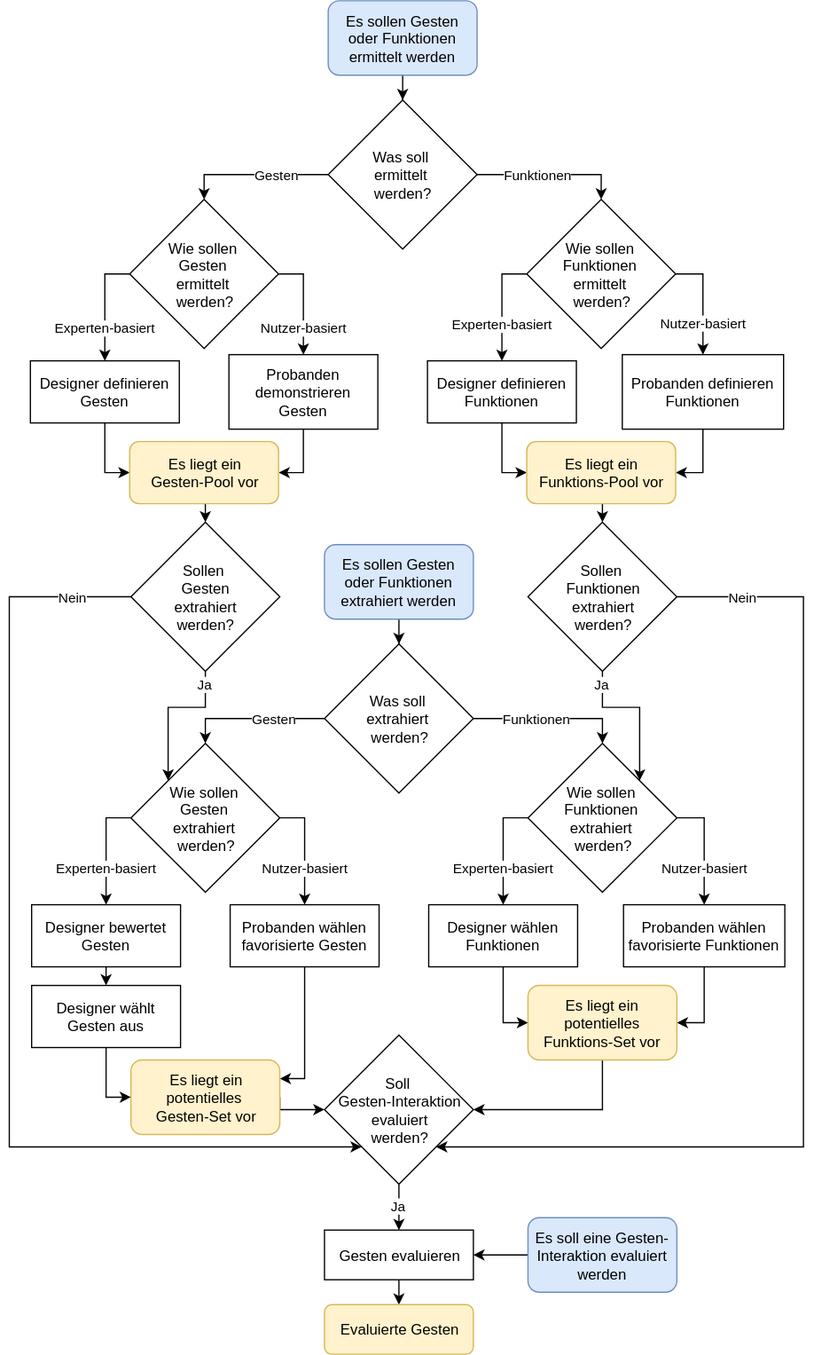
Before: img/de/introduction/study-create/gesture-design-process.svg, a diagram exported from draw.io (danielkuenkel/gesturenote). Source tidied: cells renumbered, new cells last; positions are measured from the earlier drawing's top-left corner, leaving out a move shared by most shapes.
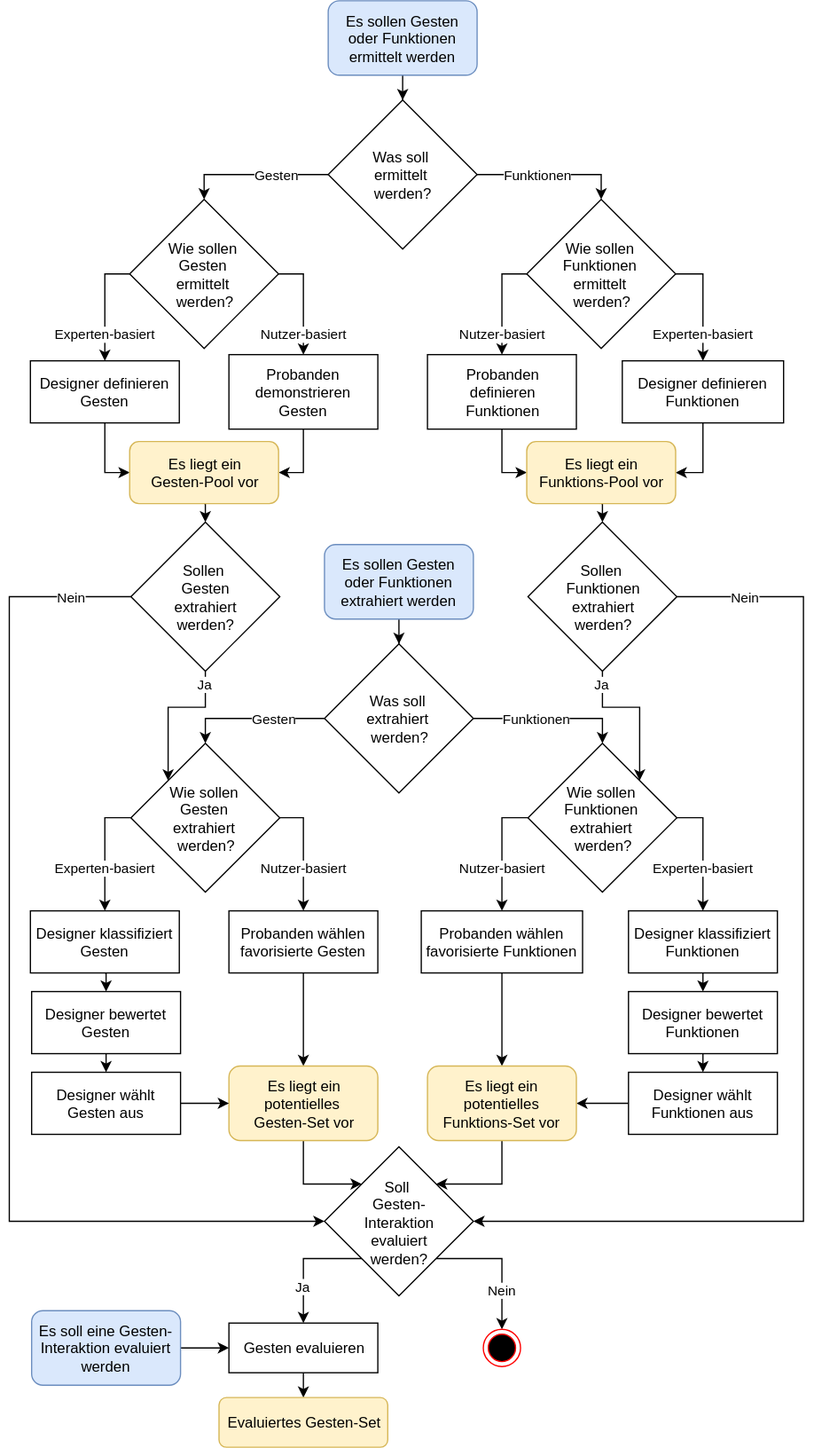
Later version of the same file.

Change to the diagram source:
```diff
@@ -42,19 +42,19 @@
       <mxGeometry x="97" y="355" width="120" height="50" as="geometry" />
     </mxCell>
     <mxCell id="13" value="Experten-basiert" style="edgeStyle=orthogonalEdgeStyle;rounded=0;html=1;exitX=0;exitY=0.5;entryX=0.5;entryY=0;jettySize=auto;" parent="1" edge="1" source="15" target="5">
-      <mxGeometry x="0.4" relative="1" as="geometry" />
+      <mxGeometry x="0.51" relative="1" as="geometry" />
     </mxCell>
     <mxCell id="14" value="Nutzer-basiert" style="edgeStyle=orthogonalEdgeStyle;rounded=0;html=1;exitX=1;exitY=0.5;jettySize=auto;" parent="1" edge="1" source="15" target="7">
-      <mxGeometry x="0.47" relative="1" as="geometry" />
+      <mxGeometry x="0.6" relative="1" as="geometry" />
     </mxCell>
     <mxCell id="15" value="Wie sollen&amp;nbsp;&lt;div&gt;Gesten&amp;nbsp;&lt;/div&gt;&lt;div&gt;ermittelt&amp;nbsp;&lt;/div&gt;&lt;div&gt;werden?&lt;/div&gt;" style="rhombus;whiteSpace=wrap;html=1;" parent="1" vertex="1">
       <mxGeometry x="97" y="160" width="120" height="120" as="geometry" />
     </mxCell>
-    <mxCell id="16" value="Nutzer-basiert" style="edgeStyle=orthogonalEdgeStyle;rounded=0;html=1;exitX=1;exitY=0.5;jettySize=auto;" parent="1" edge="1" source="18" target="22">
-      <mxGeometry x="0.41" relative="1" as="geometry" />
+    <mxCell id="16" value="Experten-basiert" style="edgeStyle=orthogonalEdgeStyle;rounded=0;html=1;exitX=1;exitY=0.5;jettySize=auto;" parent="1" edge="1" source="18" target="22">
+      <mxGeometry x="0.52" relative="1" as="geometry" />
     </mxCell>
-    <mxCell id="17" value="Experten-basiert" style="edgeStyle=orthogonalEdgeStyle;rounded=0;html=1;exitX=0;exitY=0.5;entryX=0.5;entryY=0;jettySize=auto;" parent="1" edge="1" source="18" target="20">
-      <mxGeometry x="0.33" relative="1" as="geometry" />
+    <mxCell id="17" value="Nutzer-basiert" style="edgeStyle=orthogonalEdgeStyle;rounded=0;html=1;exitX=0;exitY=0.5;entryX=0.5;entryY=0;jettySize=auto;" parent="1" edge="1" source="18" target="20">
+      <mxGeometry x="0.6" relative="1" as="geometry" />
     </mxCell>
     <mxCell id="18" value="Wie sollen&amp;nbsp;&lt;div&gt;Funktionen&amp;nbsp;&lt;/div&gt;&lt;div&gt;ermittelt&amp;nbsp;&lt;/div&gt;&lt;div&gt;werden?&lt;/div&gt;" style="rhombus;whiteSpace=wrap;html=1;" parent="1" vertex="1">
       <mxGeometry x="417" y="160" width="120" height="120" as="geometry" />
@@ -62,14 +62,14 @@
     <mxCell id="19" style="edgeStyle=orthogonalEdgeStyle;rounded=0;html=1;exitX=0.5;exitY=1;entryX=0;entryY=0.5;jettySize=auto;" parent="1" edge="1" source="20" target="24">
       <mxGeometry relative="1" as="geometry" />
     </mxCell>
-    <mxCell id="20" value="Designer definieren Funktionen" style="rounded=0;whiteSpace=wrap;html=1;" parent="1" vertex="1">
-      <mxGeometry x="337" y="290" width="120" height="50" as="geometry" />
+    <mxCell id="20" value="Probanden&lt;div&gt;definieren&lt;/div&gt;&lt;div&gt;Funktionen&lt;/div&gt;" style="rounded=0;whiteSpace=wrap;html=1;" parent="1" vertex="1">
+      <mxGeometry x="337" y="285" width="120" height="60" as="geometry" />
     </mxCell>
     <mxCell id="21" style="edgeStyle=orthogonalEdgeStyle;rounded=0;html=1;exitX=0.5;exitY=1;entryX=1;entryY=0.5;jettySize=auto;" parent="1" edge="1" source="22" target="24">
       <mxGeometry relative="1" as="geometry" />
     </mxCell>
-    <mxCell id="22" value="Probanden definieren Funktionen" style="rounded=0;whiteSpace=wrap;html=1;" parent="1" vertex="1">
-      <mxGeometry x="494" y="285" width="130" height="60" as="geometry" />
+    <mxCell id="22" value="Designer definieren Funktionen&lt;br&gt;" style="rounded=0;whiteSpace=wrap;html=1;" parent="1" vertex="1">
+      <mxGeometry x="494" y="290" width="130" height="50" as="geometry" />
     </mxCell>
     <mxCell id="23" style="edgeStyle=orthogonalEdgeStyle;rounded=0;html=1;exitX=0.5;exitY=1;entryX=0.5;entryY=0;jettySize=auto;" parent="1" edge="1" source="24" target="59">
       <mxGeometry relative="1" as="geometry" />
@@ -87,17 +87,13 @@
       <mxGeometry relative="1" as="geometry" />
     </mxCell>
     <mxCell id="28" value="Designer bewertet Gesten" style="rounded=0;whiteSpace=wrap;html=1;" parent="1" vertex="1">
-      <mxGeometry x="18" y="728" width="120" height="50" as="geometry" />
+      <mxGeometry x="18" y="798" width="120" height="50" as="geometry" />
     </mxCell>
-    <mxCell id="29" style="edgeStyle=orthogonalEdgeStyle;rounded=0;html=1;exitX=0.5;exitY=1;entryX=1;entryY=0.25;jettySize=auto;" parent="1" edge="1" source="30" target="35">
-      <mxGeometry relative="1" as="geometry">
-        <Array as="points">
-          <mxPoint x="238" y="868" />
-        </Array>
-      </mxGeometry>
+    <mxCell id="29" style="edgeStyle=orthogonalEdgeStyle;rounded=0;html=1;exitX=0.5;exitY=1;entryX=0.5;entryY=0;jettySize=auto;" parent="1" edge="1" source="30" target="35">
+      <mxGeometry relative="1" as="geometry" />
     </mxCell>
     <mxCell id="30" value="Probanden wählen favorisierte Gesten" style="rounded=0;whiteSpace=wrap;html=1;" parent="1" vertex="1">
-      <mxGeometry x="178" y="728" width="120" height="50" as="geometry" />
+      <mxGeometry x="177" y="733" width="120" height="50" as="geometry" />
     </mxCell>
     <mxCell id="31" value="Gesten" style="edgeStyle=orthogonalEdgeStyle;rounded=0;html=1;exitX=0;exitY=0.5;jettySize=auto;entryX=0.5;entryY=0;" parent="1" edge="1" source="33" target="38">
       <mxGeometry x="-0.29" relative="1" as="geometry">
@@ -114,78 +110,86 @@
     <mxCell id="33" value="Was soll&amp;nbsp;&lt;div&gt;extrahiert&amp;nbsp;&lt;/div&gt;&lt;div&gt;werden?&lt;/div&gt;" style="rhombus;whiteSpace=wrap;html=1;" parent="1" vertex="1">
       <mxGeometry x="254" y="518" width="120" height="120" as="geometry" />
     </mxCell>
-    <mxCell id="34" style="edgeStyle=orthogonalEdgeStyle;rounded=0;html=1;exitX=1;exitY=0.5;entryX=0;entryY=0.5;jettySize=auto;" parent="1" edge="1" source="35" target="61">
+    <mxCell id="34" style="edgeStyle=orthogonalEdgeStyle;rounded=0;html=1;exitX=0.5;exitY=1;entryX=0;entryY=0;jettySize=auto;" parent="1" edge="1" source="35" target="61">
       <mxGeometry relative="1" as="geometry">
         <Array as="points">
-          <mxPoint x="218" y="893" />
+          <mxPoint x="237" y="953" />
         </Array>
       </mxGeometry>
     </mxCell>
     <mxCell id="35" value="Es liegt ein&lt;div&gt;potentielles&amp;nbsp;&lt;/div&gt;&lt;div&gt;Gesten-Set vor&lt;/div&gt;" style="rounded=1;whiteSpace=wrap;html=1;fillColor=#fff2cc;strokeColor=#d6b656;" parent="1" vertex="1">
-      <mxGeometry x="98" y="853" width="120" height="60" as="geometry" />
+      <mxGeometry x="177" y="858" width="120" height="60" as="geometry" />
     </mxCell>
-    <mxCell id="36" value="Experten-basiert" style="edgeStyle=orthogonalEdgeStyle;rounded=0;html=1;exitX=0;exitY=0.5;entryX=0.5;entryY=0;jettySize=auto;" parent="1" edge="1" source="38" target="28">
-      <mxGeometry x="0.33" relative="1" as="geometry" />
-    </mxCell>
     <mxCell id="37" value="Nutzer-basiert" style="edgeStyle=orthogonalEdgeStyle;rounded=0;html=1;exitX=1;exitY=0.5;jettySize=auto;" parent="1" edge="1" source="38" target="30">
-      <mxGeometry x="0.33" relative="1" as="geometry" />
+      <mxGeometry x="0.26" relative="1" as="geometry">
+        <Array as="points">
+          <mxPoint x="237" y="658" />
+        </Array>
+      </mxGeometry>
     </mxCell>
+    <mxCell id="63" value="Experten-basiert" style="edgeStyle=orthogonalEdgeStyle;rounded=0;html=1;exitX=0;exitY=0.5;entryX=0.5;entryY=0;jettySize=auto;" parent="1" edge="1" source="38" target="67">
+      <mxGeometry x="0.27" relative="1" as="geometry" />
+    </mxCell>
     <mxCell id="38" value="Wie sollen&amp;nbsp;&lt;div&gt;Gesten&amp;nbsp;&lt;/div&gt;&lt;div&gt;extrahiert&amp;nbsp;&lt;/div&gt;&lt;div&gt;werden?&lt;/div&gt;" style="rhombus;whiteSpace=wrap;html=1;" parent="1" vertex="1">
       <mxGeometry x="98" y="598" width="120" height="120" as="geometry" />
     </mxCell>
-    <mxCell id="39" value="Nutzer-basiert" style="edgeStyle=orthogonalEdgeStyle;rounded=0;html=1;exitX=1;exitY=0.5;jettySize=auto;" parent="1" edge="1" source="41" target="45">
-      <mxGeometry x="0.35" relative="1" as="geometry" />
+    <mxCell id="39" value="Nutzer-basiert" style="edgeStyle=orthogonalEdgeStyle;rounded=0;html=1;exitX=0;exitY=0.5;entryX=0.5;entryY=0;jettySize=auto;" parent="1" edge="1" source="41" target="45">
+      <mxGeometry x="0.27" relative="1" as="geometry" />
     </mxCell>
-    <mxCell id="40" value="Experten-basiert" style="edgeStyle=orthogonalEdgeStyle;rounded=0;html=1;exitX=0;exitY=0.5;entryX=0.5;entryY=0;jettySize=auto;" parent="1" edge="1" source="41" target="43">
-      <mxGeometry x="0.33" relative="1" as="geometry" />
-    </mxCell>
+    <mxCell id="64" value="&lt;div&gt;Experten-basiert&lt;br&gt;&lt;/div&gt;" style="edgeStyle=orthogonalEdgeStyle;rounded=0;html=1;exitX=1;exitY=0.5;entryX=0.5;entryY=0;jettySize=auto;" parent="1" edge="1" source="41" target="72">
+      <mxGeometry x="0.27" relative="1" as="geometry" />
+    </mxCell>
     <mxCell id="41" value="Wie sollen&amp;nbsp;&lt;div&gt;Funktionen&amp;nbsp;&lt;/div&gt;&lt;div&gt;extrahiert&amp;nbsp;&lt;/div&gt;&lt;div&gt;werden?&lt;/div&gt;" style="rhombus;whiteSpace=wrap;html=1;" parent="1" vertex="1">
       <mxGeometry x="418" y="598" width="120" height="120" as="geometry" />
     </mxCell>
-    <mxCell id="42" style="edgeStyle=orthogonalEdgeStyle;rounded=0;html=1;exitX=0.5;exitY=1;entryX=0;entryY=0.5;jettySize=auto;" parent="1" edge="1" source="43" target="47">
+    <mxCell id="42" style="edgeStyle=orthogonalEdgeStyle;rounded=0;html=1;exitX=0;exitY=0.5;entryX=1;entryY=0.5;jettySize=auto;" parent="1" edge="1" source="43" target="47">
       <mxGeometry relative="1" as="geometry" />
     </mxCell>
-    <mxCell id="43" value="Designer wählen Funktionen" style="rounded=0;whiteSpace=wrap;html=1;" parent="1" vertex="1">
-      <mxGeometry x="338" y="728" width="120" height="50" as="geometry" />
+    <mxCell id="43" value="Designer wählt Funktionen aus" style="rounded=0;whiteSpace=wrap;html=1;" parent="1" vertex="1">
+      <mxGeometry x="499" y="863" width="120" height="50" as="geometry" />
     </mxCell>
-    <mxCell id="44" style="edgeStyle=orthogonalEdgeStyle;rounded=0;html=1;exitX=0.5;exitY=1;entryX=1;entryY=0.5;jettySize=auto;" parent="1" edge="1" source="45" target="47">
+    <mxCell id="44" style="edgeStyle=orthogonalEdgeStyle;rounded=0;html=1;exitX=0.5;exitY=1;entryX=0.5;entryY=0;jettySize=auto;" parent="1" edge="1" source="45" target="47">
       <mxGeometry relative="1" as="geometry" />
     </mxCell>
     <mxCell id="45" value="Probanden wählen favorisierte Funktionen" style="rounded=0;whiteSpace=wrap;html=1;" parent="1" vertex="1">
-      <mxGeometry x="495" y="728" width="130" height="50" as="geometry" />
+      <mxGeometry x="332" y="733" width="130" height="50" as="geometry" />
     </mxCell>
-    <mxCell id="46" style="edgeStyle=orthogonalEdgeStyle;rounded=0;html=1;exitX=0.5;exitY=1;entryX=1;entryY=0.5;jettySize=auto;" parent="1" edge="1" source="47" target="61">
-      <mxGeometry relative="1" as="geometry" />
+    <mxCell id="46" style="edgeStyle=orthogonalEdgeStyle;rounded=0;html=1;exitX=0.5;exitY=1;entryX=1;entryY=0;jettySize=auto;" parent="1" edge="1" source="47" target="61">
+      <mxGeometry relative="1" as="geometry">
+        <Array as="points">
+          <mxPoint x="397" y="953" />
+        </Array>
+      </mxGeometry>
     </mxCell>
     <mxCell id="47" value="Es liegt ein potentielles&lt;div&gt;Funktions-Set vor&lt;/div&gt;" style="rounded=1;whiteSpace=wrap;html=1;fillColor=#fff2cc;strokeColor=#d6b656;" parent="1" vertex="1">
-      <mxGeometry x="418" y="793" width="120" height="60" as="geometry" />
+      <mxGeometry x="337" y="858" width="120" height="60" as="geometry" />
     </mxCell>
-    <mxCell id="48" style="edgeStyle=orthogonalEdgeStyle;rounded=0;html=1;exitX=0.5;exitY=1;entryX=0;entryY=0.5;jettySize=auto;" parent="1" edge="1" source="49" target="35">
+    <mxCell id="48" style="edgeStyle=orthogonalEdgeStyle;rounded=0;html=1;exitX=1;exitY=0.5;entryX=0;entryY=0.5;jettySize=auto;" parent="1" edge="1" source="49" target="35">
       <mxGeometry relative="1" as="geometry" />
     </mxCell>
     <mxCell id="49" value="Designer wählt Gesten aus" style="rounded=0;whiteSpace=wrap;html=1;" parent="1" vertex="1">
-      <mxGeometry x="18" y="793" width="120" height="50" as="geometry" />
+      <mxGeometry x="18" y="863" width="120" height="50" as="geometry" />
     </mxCell>
     <mxCell id="50" style="edgeStyle=orthogonalEdgeStyle;rounded=0;html=1;jettySize=auto;" parent="1" edge="1" source="51" target="53">
       <mxGeometry relative="1" as="geometry" />
     </mxCell>
     <mxCell id="51" value="Es soll eine Gesten-Interaktion evaluiert werden" style="rounded=1;whiteSpace=wrap;html=1;fillColor=#dae8fc;strokeColor=#6c8ebf;" parent="1" vertex="1">
-      <mxGeometry x="418" y="980" width="120" height="60" as="geometry" />
+      <mxGeometry x="18" y="1055" width="120" height="60" as="geometry" />
     </mxCell>
     <mxCell id="52" style="edgeStyle=orthogonalEdgeStyle;rounded=0;html=1;exitX=0.5;exitY=1;entryX=0.5;entryY=0;jettySize=auto;" parent="1" edge="1" source="53" target="62">
       <mxGeometry relative="1" as="geometry" />
     </mxCell>
     <mxCell id="53" value="Gesten evaluieren" style="rounded=0;whiteSpace=wrap;html=1;" parent="1" vertex="1">
-      <mxGeometry x="254" y="990" width="120" height="40" as="geometry" />
+      <mxGeometry x="177" y="1065" width="120" height="40" as="geometry" />
     </mxCell>
     <mxCell id="54" value="Ja" style="edgeStyle=orthogonalEdgeStyle;rounded=0;html=1;exitX=0.5;exitY=1;entryX=0;entryY=0;jettySize=auto;" parent="1" edge="1" source="56" target="38">
       <mxGeometry x="-0.83" relative="1" as="geometry" />
     </mxCell>
-    <mxCell id="55" value="Nein" style="edgeStyle=orthogonalEdgeStyle;rounded=0;html=1;exitX=0;exitY=0.5;entryX=0;entryY=1;jettySize=auto;" parent="1" edge="1" source="56" target="61">
+    <mxCell id="55" value="Nein" style="edgeStyle=orthogonalEdgeStyle;rounded=0;html=1;exitX=0;exitY=0.5;entryX=0;entryY=0.5;jettySize=auto;" parent="1" edge="1" source="56" target="61">
       <mxGeometry x="-0.89" relative="1" as="geometry">
         <Array as="points">
           <mxPoint y="480" />
-          <mxPoint y="923" />
+          <mxPoint y="983" />
         </Array>
       </mxGeometry>
     </mxCell>
@@ -195,25 +199,57 @@
     <mxCell id="57" value="Ja" style="edgeStyle=orthogonalEdgeStyle;rounded=0;html=1;exitX=0.5;exitY=1;entryX=1;entryY=0;jettySize=auto;" parent="1" edge="1" source="59" target="41">
       <mxGeometry x="-0.83" relative="1" as="geometry" />
     </mxCell>
-    <mxCell id="58" value="Nein" style="edgeStyle=orthogonalEdgeStyle;rounded=0;html=1;exitX=1;exitY=0.5;entryX=1;entryY=1;jettySize=auto;" parent="1" edge="1" source="59" target="61">
+    <mxCell id="58" value="Nein" style="edgeStyle=orthogonalEdgeStyle;rounded=0;html=1;exitX=1;exitY=0.5;entryX=1;entryY=0.5;jettySize=auto;" parent="1" edge="1" source="59" target="61">
       <mxGeometry x="-0.87" relative="1" as="geometry">
         <Array as="points">
           <mxPoint x="640" y="480" />
-          <mxPoint x="640" y="923" />
+          <mxPoint x="640" y="983" />
         </Array>
       </mxGeometry>
     </mxCell>
     <mxCell id="59" value="Sollen&amp;nbsp;&lt;div&gt;Funktionen&lt;/div&gt;&lt;div&gt;extrahiert&lt;div&gt;werden?&lt;/div&gt;&lt;/div&gt;" style="rhombus;whiteSpace=wrap;html=1;" parent="1" vertex="1">
       <mxGeometry x="418" y="420" width="120" height="120" as="geometry" />
     </mxCell>
-    <mxCell id="60" value="Ja" style="edgeStyle=orthogonalEdgeStyle;rounded=0;html=1;exitX=0.5;exitY=1;entryX=0.5;entryY=0;jettySize=auto;" parent="1" edge="1" source="61" target="53">
-      <mxGeometry x="-0.08" relative="1" as="geometry" />
+    <mxCell id="60" value="Ja" style="edgeStyle=orthogonalEdgeStyle;rounded=0;html=1;exitX=0;exitY=1;entryX=0.5;entryY=0;jettySize=auto;" parent="1" edge="1" source="61" target="53">
+      <mxGeometry x="0.4" relative="1" as="geometry">
+        <Array as="points">
+          <mxPoint x="237" y="1013" />
+        </Array>
+      </mxGeometry>
     </mxCell>
+    <mxCell id="65" value="Nein" style="edgeStyle=orthogonalEdgeStyle;rounded=0;html=1;exitX=1;exitY=1;entryX=0.5;entryY=0;jettySize=auto;" parent="1" edge="1" source="61" target="68">
+      <mxGeometry x="0.42" relative="1" as="geometry">
+        <Array as="points">
+          <mxPoint x="397" y="1013" />
+        </Array>
+      </mxGeometry>
+    </mxCell>
-    <mxCell id="61" value="Soll&amp;nbsp;&lt;div&gt;Gesten-Interaktion&lt;/div&gt;&lt;div&gt;evaluiert&lt;/div&gt;&lt;div&gt;werden?&lt;/div&gt;" style="rhombus;whiteSpace=wrap;html=1;" parent="1" vertex="1">
-      <mxGeometry x="254" y="833" width="120" height="120" as="geometry" />
+    <mxCell id="61" value="Soll&amp;nbsp;&lt;div&gt;Gesten-&lt;/div&gt;&lt;div&gt;Interaktion&lt;/div&gt;&lt;div&gt;evaluiert&lt;/div&gt;&lt;div&gt;werden?&lt;/div&gt;" style="rhombus;whiteSpace=wrap;html=1;" parent="1" vertex="1">
+      <mxGeometry x="254" y="923" width="120" height="120" as="geometry" />
     </mxCell>
-    <mxCell id="62" value="Evaluierte Gesten" style="rounded=1;whiteSpace=wrap;html=1;fillColor=#fff2cc;strokeColor=#d6b656;" parent="1" vertex="1">
-      <mxGeometry x="254" y="1050" width="120" height="40" as="geometry" />
+    <mxCell id="62" value="Evaluiertes Gesten-Set" style="rounded=1;whiteSpace=wrap;html=1;fillColor=#fff2cc;strokeColor=#d6b656;" parent="1" vertex="1">
+      <mxGeometry x="169" y="1125" width="136" height="40" as="geometry" />
     </mxCell>
+    <mxCell id="66" style="edgeStyle=orthogonalEdgeStyle;rounded=0;html=1;exitX=0.5;exitY=1;entryX=0.5;entryY=0;jettySize=auto;" parent="1" edge="1" source="67" target="28">
+      <mxGeometry relative="1" as="geometry" />
+    </mxCell>
+    <mxCell id="67" value="Designer klassifiziert Gesten" style="rounded=0;whiteSpace=wrap;html=1;" parent="1" vertex="1">
+      <mxGeometry x="17" y="733" width="120" height="50" as="geometry" />
+    </mxCell>
+    <mxCell id="68" style="ellipse;html=1;shape=endState;fillColor=#000000;strokeColor=#ff0000;" parent="1" vertex="1">
+      <mxGeometry x="382" y="1070" width="30" height="30" as="geometry" />
+    </mxCell>
+    <mxCell id="69" style="edgeStyle=orthogonalEdgeStyle;rounded=0;html=1;exitX=0.5;exitY=1;entryX=0.5;entryY=0;jettySize=auto;" parent="1" edge="1" source="70" target="43">
+      <mxGeometry relative="1" as="geometry" />
+    </mxCell>
+    <mxCell id="70" value="Designer bewertet Funktionen" style="rounded=0;whiteSpace=wrap;html=1;" parent="1" vertex="1">
+      <mxGeometry x="499" y="798" width="120" height="50" as="geometry" />
+    </mxCell>
+    <mxCell id="71" style="edgeStyle=orthogonalEdgeStyle;rounded=0;html=1;exitX=0.5;exitY=1;entryX=0.5;entryY=0;jettySize=auto;" parent="1" edge="1" source="72" target="70">
+      <mxGeometry relative="1" as="geometry" />
+    </mxCell>
+    <mxCell id="72" value="Designer klassifiziert Funktionen" style="rounded=0;whiteSpace=wrap;html=1;" parent="1" vertex="1">
+      <mxGeometry x="499" y="733" width="120" height="50" as="geometry" />
+    </mxCell>
   </root>
 </mxGraphModel>
```
